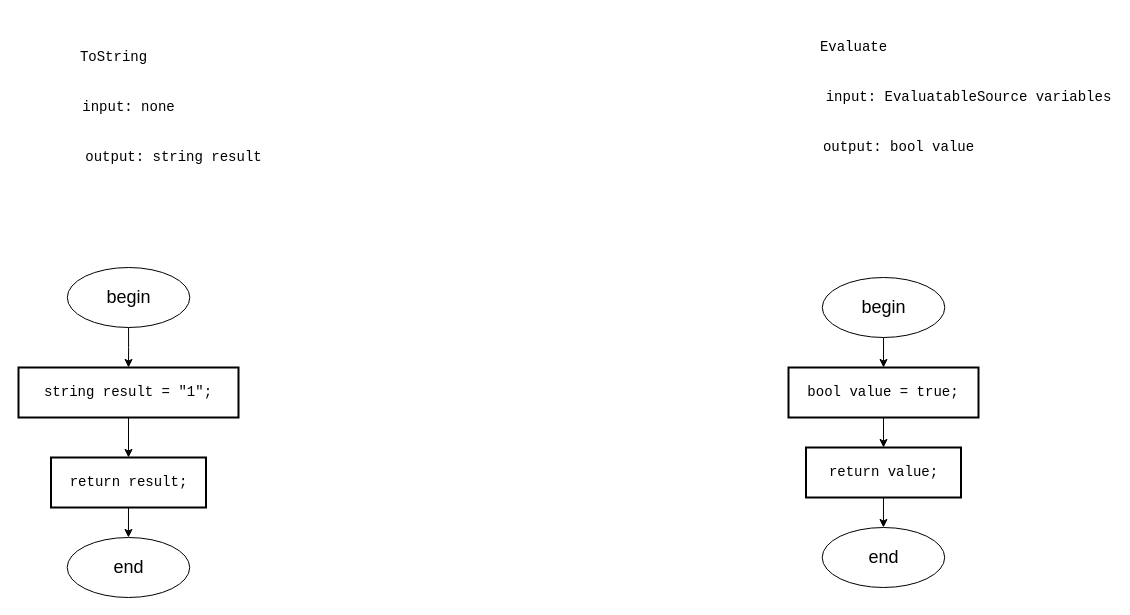
Before: Diagrams/truth.drawio in slavikovics/FictionalVariables, a draw.io diagram. Source tidied: cells renumbered, new cells numbered last; positions are measured from the earlier drawing's top-left corner, leaving out a move shared by most shapes. Both pictures are drawn from the tidied source at 100%, with x=0, y=0 at pixel (18, 17).
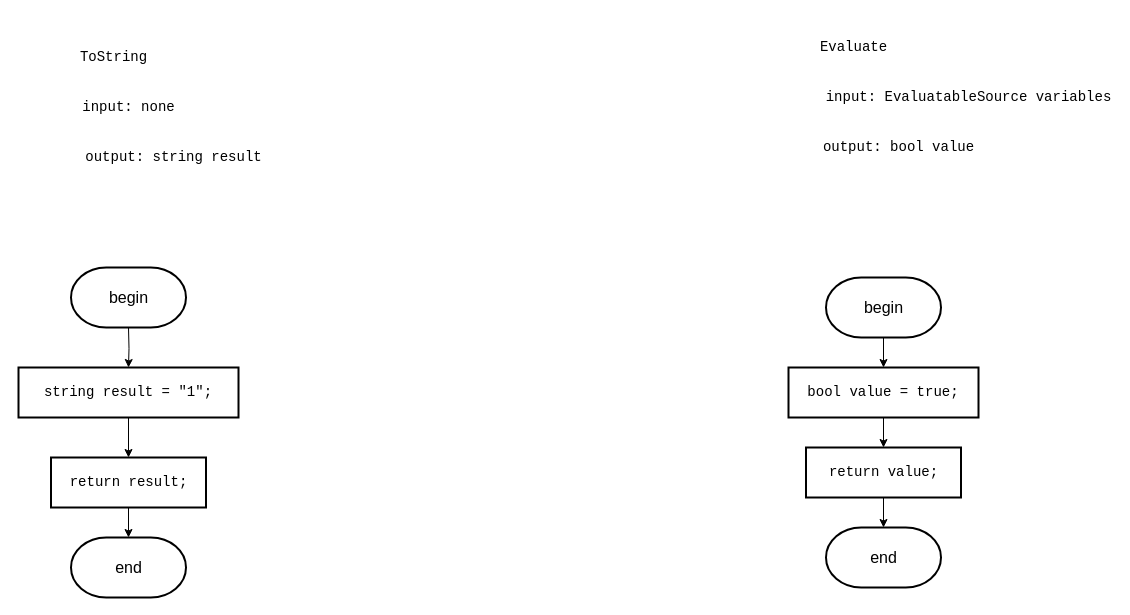
The same diagram, later.

The change refers to these unchanged cells:
```xml
<mxCell id="4" value="&lt;div style=&quot;&quot;&gt;&lt;pre style=&quot;font-family: &amp;quot;JetBrains Mono&amp;quot;, monospace;&quot;&gt;&lt;pre style=&quot;font-family: &amp;quot;JetBrains Mono&amp;quot;, monospace;&quot;&gt;&lt;pre style=&quot;font-family: &amp;quot;JetBrains Mono&amp;quot;, monospace;&quot;&gt;&lt;pre style=&quot;font-family: &amp;quot;JetBrains Mono&amp;quot;, monospace;&quot;&gt;&lt;div&gt;&lt;pre style=&quot;font-family: &amp;quot;JetBrains Mono&amp;quot;, monospace;&quot;&gt;&lt;span style=&quot;&quot;&gt;bool &lt;/span&gt;&lt;span style=&quot;&quot;&gt;value &lt;/span&gt;= &lt;span style=&quot;&quot;&gt;true&lt;/span&gt;;&lt;/pre&gt;&lt;/div&gt;&lt;/pre&gt;&lt;/pre&gt;&lt;/pre&gt;&lt;/pre&gt;&lt;/div&gt;" style="rounded=0;whiteSpace=wrap;html=1;absoluteArcSize=1;arcSize=14;strokeWidth=2;fontSize=14;labelBackgroundColor=none;fontColor=#000000;" parent="1" vertex="1">
  <mxGeometry x="770" y="350" width="190" height="50" as="geometry" />
</mxCell>
<mxCell id="9" value="&lt;div style=&quot;&quot;&gt;&lt;pre style=&quot;font-family: &amp;quot;JetBrains Mono&amp;quot;, monospace;&quot;&gt;&lt;pre style=&quot;font-family: &amp;quot;JetBrains Mono&amp;quot;, monospace;&quot;&gt;&lt;pre style=&quot;font-family: &amp;quot;JetBrains Mono&amp;quot;, monospace;&quot;&gt;&lt;pre style=&quot;font-family: &amp;quot;JetBrains Mono&amp;quot;, monospace;&quot;&gt;&lt;pre style=&quot;font-family: &amp;quot;JetBrains Mono&amp;quot;, monospace;&quot;&gt;&lt;div&gt;&lt;pre style=&quot;font-family: &amp;quot;JetBrains Mono&amp;quot;, monospace;&quot;&gt;&lt;span style=&quot;&quot;&gt;string &lt;/span&gt;&lt;span style=&quot;&quot;&gt;result &lt;/span&gt;= &lt;span style=&quot;&quot;&gt;&quot;1&quot;&lt;/span&gt;;&lt;/pre&gt;&lt;/div&gt;&lt;/pre&gt;&lt;/pre&gt;&lt;/pre&gt;&lt;/pre&gt;&lt;/pre&gt;&lt;/div&gt;" style="rounded=0;whiteSpace=wrap;html=1;absoluteArcSize=1;arcSize=14;strokeWidth=2;fontSize=14;labelBackgroundColor=none;fontColor=#000000;" parent="1" vertex="1">
  <mxGeometry y="350" width="220" height="50" as="geometry" />
</mxCell>
<mxCell id="13" value="&lt;div style=&quot;&quot;&gt;&lt;pre style=&quot;font-family: &amp;quot;JetBrains Mono&amp;quot;, monospace;&quot;&gt;&lt;pre style=&quot;font-family: &amp;quot;JetBrains Mono&amp;quot;, monospace;&quot;&gt;&lt;pre style=&quot;font-family: &amp;quot;JetBrains Mono&amp;quot;, monospace;&quot;&gt;&lt;pre style=&quot;font-family: &amp;quot;JetBrains Mono&amp;quot;, monospace;&quot;&gt;&lt;pre style=&quot;font-family: &amp;quot;JetBrains Mono&amp;quot;, monospace;&quot;&gt;&lt;pre style=&quot;font-family: &amp;quot;JetBrains Mono&amp;quot;, monospace;&quot;&gt;&lt;div&gt;&lt;pre style=&quot;font-family: &amp;quot;JetBrains Mono&amp;quot;, monospace;&quot;&gt;&lt;span style=&quot;&quot;&gt;return &lt;/span&gt;result;&lt;/pre&gt;&lt;/div&gt;&lt;/pre&gt;&lt;/pre&gt;&lt;/pre&gt;&lt;/pre&gt;&lt;/pre&gt;&lt;/pre&gt;&lt;/div&gt;" style="rounded=0;whiteSpace=wrap;html=1;absoluteArcSize=1;arcSize=14;strokeWidth=2;fontSize=14;labelBackgroundColor=none;fontColor=#000000;" parent="1" vertex="1">
  <mxGeometry x="32.5" y="440" width="155" height="50" as="geometry" />
</mxCell>
<mxCell id="15" value="&lt;div style=&quot;&quot;&gt;&lt;pre style=&quot;font-family: &amp;quot;JetBrains Mono&amp;quot;, monospace;&quot;&gt;&lt;pre style=&quot;font-family: &amp;quot;JetBrains Mono&amp;quot;, monospace;&quot;&gt;&lt;pre style=&quot;font-family: &amp;quot;JetBrains Mono&amp;quot;, monospace;&quot;&gt;&lt;pre style=&quot;font-family: &amp;quot;JetBrains Mono&amp;quot;, monospace;&quot;&gt;&lt;pre style=&quot;font-family: &amp;quot;JetBrains Mono&amp;quot;, monospace;&quot;&gt;&lt;pre style=&quot;font-family: &amp;quot;JetBrains Mono&amp;quot;, monospace;&quot;&gt;&lt;pre style=&quot;font-family: &amp;quot;JetBrains Mono&amp;quot;, monospace;&quot;&gt;&lt;div&gt;&lt;pre style=&quot;font-family: &amp;quot;JetBrains Mono&amp;quot;, monospace;&quot;&gt;&lt;span style=&quot;&quot;&gt;return &lt;/span&gt;&lt;span style=&quot;&quot;&gt;value&lt;/span&gt;;&lt;/pre&gt;&lt;/div&gt;&lt;/pre&gt;&lt;/pre&gt;&lt;/pre&gt;&lt;/pre&gt;&lt;/pre&gt;&lt;/pre&gt;&lt;/pre&gt;&lt;/div&gt;" style="rounded=0;whiteSpace=wrap;html=1;absoluteArcSize=1;arcSize=14;strokeWidth=2;fontSize=14;labelBackgroundColor=none;fontColor=#000000;" parent="1" vertex="1">
  <mxGeometry x="787.5" y="430" width="155" height="50" as="geometry" />
</mxCell>
```

Diff of the diagram source:
```diff
@@
-    <mxCell id="12" style="edgeStyle=orthogonalEdgeStyle;rounded=0;jettySize=auto;html=1;exitX=0.5;exitY=1;exitDx=0;exitDy=0;entryX=0.5;entryY=0;entryDx=0;entryDy=0;" parent="1" edge="1" source="13" target="18">
-      <mxGeometry relative="1" as="geometry" />
+    <mxCell id="12" style="edgeStyle=orthogonalEdgeStyle;rounded=0;jettySize=auto;html=1;exitX=0.5;exitY=1;exitDx=0;exitDy=0;entryX=0.5;entryY=0;entryDx=0;entryDy=0;" parent="1" edge="1" source="13">
+      <mxGeometry relative="1" as="geometry">
+        <mxPoint x="110" y="520" as="targetPoint" />
+      </mxGeometry>
     </mxCell>
@@
-    <mxCell id="14" style="edgeStyle=orthogonalEdgeStyle;rounded=0;jettySize=auto;html=1;exitX=0.5;exitY=1;exitDx=0;exitDy=0;entryX=0.5;entryY=0;entryDx=0;entryDy=0;" parent="1" edge="1" source="15" target="21">
-      <mxGeometry relative="1" as="geometry" />
+    <mxCell id="14" style="edgeStyle=orthogonalEdgeStyle;rounded=0;jettySize=auto;html=1;exitX=0.5;exitY=1;exitDx=0;exitDy=0;entryX=0.5;entryY=0;entryDx=0;entryDy=0;" parent="1" edge="1" source="15">
+      <mxGeometry relative="1" as="geometry">
+        <mxPoint x="865" y="510" as="targetPoint" />
+      </mxGeometry>
     </mxCell>
@@
-    <mxCell id="16" style="edgeStyle=orthogonalEdgeStyle;rounded=0;jettySize=auto;html=1;exitX=0.5;exitY=1;exitDx=0;exitDy=0;entryX=0.5;entryY=0;entryDx=0;entryDy=0;" parent="1" edge="1" source="17" target="9">
-      <mxGeometry relative="1" as="geometry" />
+    <mxCell id="16" style="edgeStyle=orthogonalEdgeStyle;rounded=0;jettySize=auto;html=1;exitX=0.5;exitY=1;exitDx=0;exitDy=0;entryX=0.5;entryY=0;entryDx=0;entryDy=0;" parent="1" edge="1" target="9">
+      <mxGeometry relative="1" as="geometry">
+        <mxPoint x="110" y="310" as="sourcePoint" />
+      </mxGeometry>
     </mxCell>
-    <mxCell id="17" value="&lt;font style=&quot;font-size: 18px;&quot;&gt;begin&lt;/font&gt;" style="ellipse;whiteSpace=wrap;html=1;" parent="1" vertex="1">
-      <mxGeometry x="48.8" y="250" width="122.5" height="60" as="geometry" />
-    </mxCell>
-    <mxCell id="18" value="&lt;font style=&quot;font-size: 18px;&quot;&gt;end&lt;/font&gt;" style="ellipse;whiteSpace=wrap;html=1;" parent="1" vertex="1">
-      <mxGeometry x="48.7" y="520" width="122.5" height="60" as="geometry" />
-    </mxCell>
-    <mxCell id="19" style="edgeStyle=orthogonalEdgeStyle;rounded=0;jettySize=auto;html=1;exitX=0.5;exitY=1;exitDx=0;exitDy=0;entryX=0.5;entryY=0;entryDx=0;entryDy=0;" parent="1" edge="1" source="20" target="4">
-      <mxGeometry relative="1" as="geometry" />
+    <mxCell id="19" style="edgeStyle=orthogonalEdgeStyle;rounded=0;jettySize=auto;html=1;exitX=0.5;exitY=1;exitDx=0;exitDy=0;entryX=0.5;entryY=0;entryDx=0;entryDy=0;" parent="1" edge="1" target="4">
+      <mxGeometry relative="1" as="geometry">
+        <mxPoint x="865" y="320" as="sourcePoint" />
+      </mxGeometry>
     </mxCell>
-    <mxCell id="20" value="&lt;font style=&quot;font-size: 18px;&quot;&gt;begin&lt;/font&gt;" style="ellipse;whiteSpace=wrap;html=1;" parent="1" vertex="1">
-      <mxGeometry x="803.8" y="260" width="122.5" height="60" as="geometry" />
-    </mxCell>
-    <mxCell id="21" value="&lt;font style=&quot;font-size: 18px;&quot;&gt;end&lt;/font&gt;" style="ellipse;whiteSpace=wrap;html=1;" parent="1" vertex="1">
-      <mxGeometry x="803.7" y="510" width="122.5" height="60" as="geometry" />
-    </mxCell>
+    <mxCell id="22" value="&lt;font style=&quot;font-size: 16px;&quot;&gt;begin&lt;/font&gt;" style="strokeWidth=2;html=1;shape=mxgraph.flowchart.terminator;whiteSpace=wrap;" parent="1" vertex="1">
+      <mxGeometry x="52.5" y="250" width="115" height="60" as="geometry" />
+    </mxCell>
+    <mxCell id="23" value="&lt;font style=&quot;font-size: 16px;&quot;&gt;end&lt;/font&gt;" style="strokeWidth=2;html=1;shape=mxgraph.flowchart.terminator;whiteSpace=wrap;" parent="1" vertex="1">
+      <mxGeometry x="52.5" y="520" width="115" height="60" as="geometry" />
+    </mxCell>
+    <mxCell id="24" value="&lt;font style=&quot;font-size: 16px;&quot;&gt;begin&lt;/font&gt;" style="strokeWidth=2;html=1;shape=mxgraph.flowchart.terminator;whiteSpace=wrap;" parent="1" vertex="1">
+      <mxGeometry x="807.5" y="260" width="115" height="60" as="geometry" />
+    </mxCell>
+    <mxCell id="25" value="&lt;font style=&quot;font-size: 16px;&quot;&gt;end&lt;/font&gt;" style="strokeWidth=2;html=1;shape=mxgraph.flowchart.terminator;whiteSpace=wrap;" parent="1" vertex="1">
+      <mxGeometry x="807.5" y="510" width="115" height="60" as="geometry" />
+    </mxCell>
```
